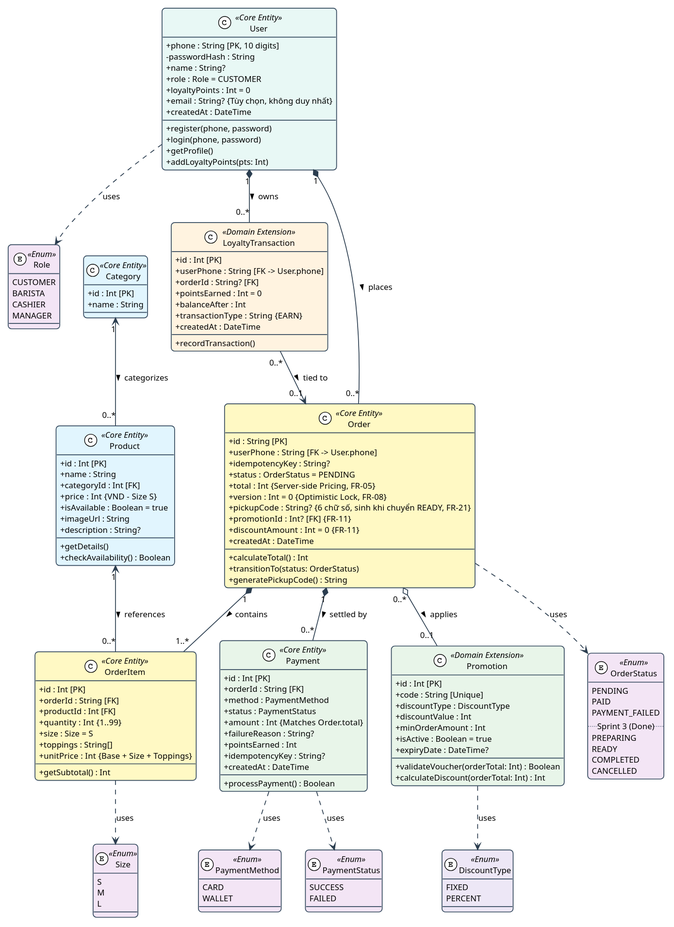
Before: docs/diagrams/class-domain.svg, a diagram exported from PlantUML (Longcodepro/Project_SE_Assignment02_HK1_2026_2027).
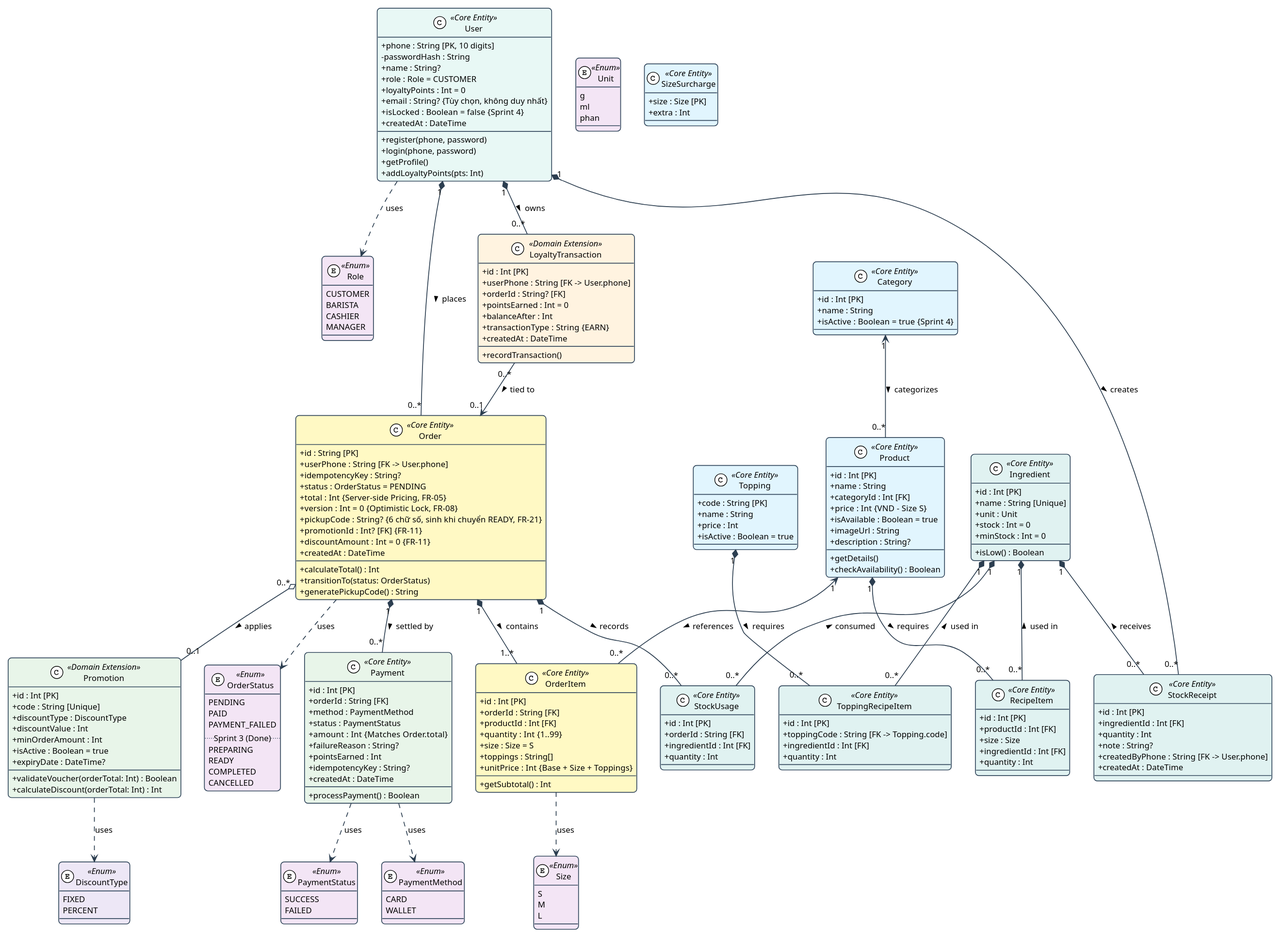
The same file after the commit.

Commit message:
docs(task-s4.12): hoàn tất tài liệu, sơ đồ miền và ghi chú phát hành Sprint 4

Change to the diagram source:
```diff
@@ -58,6 +58,7 @@
   + role : Role = CUSTOMER
   + loyaltyPoints : Int = 0
   + email : String? {Tùy chọn, không duy nhất}
+  + isLocked : Boolean = false  {Sprint 4}
   + createdAt : DateTime
   __
   + register(phone, password)
@@ -69,6 +70,7 @@
 class Category <<Core Entity>> #E1F5FE {
   + id : Int [PK]
   + name : String
+  + isActive : Boolean = true  {Sprint 4}
 }
 
 class Product <<Core Entity>> #E1F5FE {
@@ -152,8 +154,68 @@
   + recordTransaction()
 }
 
+enum Unit <<Enum>> #F3E5F5 {
+  g
+  ml
+  phan
+}
+
+class Ingredient <<Core Entity>> #E0F2F1 {
+  + id : Int [PK]
+  + name : String [Unique]
+  + unit : Unit
+  + stock : Int = 0
+  + minStock : Int = 0
+  __
+  + isLow() : Boolean
+}
+
+class StockReceipt <<Core Entity>> #E0F2F1 {
+  + id : Int [PK]
+  + ingredientId : Int [FK]
+  + quantity : Int
+  + note : String?
+  + createdByPhone : String [FK -> User.phone]
+  + createdAt : DateTime
+}
+
+class RecipeItem <<Core Entity>> #E0F2F1 {
+  + id : Int [PK]
+  + productId : Int [FK]
+  + size : Size
+  + ingredientId : Int [FK]
+  + quantity : Int
+}
+
+class Topping <<Core Entity>> #E1F5FE {
+  + code : String [PK]
+  + name : String
+  + price : Int
+  + isActive : Boolean = true
+}
+
+class SizeSurcharge <<Core Entity>> #E1F5FE {
+  + size : Size [PK]
+  + extra : Int
+}
+
+class ToppingRecipeItem <<Core Entity>> #E0F2F1 {
+  + id : Int [PK]
+  + toppingCode : String [FK -> Topping.code]
+  + ingredientId : Int [FK]
+  + quantity : Int
+}
+
+class StockUsage <<Core Entity>> #E0F2F1 {
+  + id : Int [PK]
+  + orderId : String [FK]
+  + ingredientId : Int [FK]
+  + quantity : Int
+}
+
 User "1" *-- "0..*" Order : "places >"
 User "1" *-- "0..*" LoyaltyTransaction : "owns >"
+User "1" *-- "0..*" StockReceipt : "creates >"
 
 Order "1" *-- "1..*" OrderItem : "contains >"
 Product "1" <-- "0..*" OrderItem : "references >"
@@ -161,8 +223,17 @@
 
 Order "1" *-- "0..*" Payment : "settled by >"
 Order "0..*" o-- "0..1" Promotion : "applies >"
+Order "1" *-- "0..*" StockUsage : "records >"
 
 LoyaltyTransaction "0..*" --> "0..1" Order : "tied to >"
+
+Ingredient "1" *-- "0..*" StockReceipt : "receives <"
+Ingredient "1" *-- "0..*" RecipeItem : "used in <"
+Ingredient "1" *-- "0..*" ToppingRecipeItem : "used in <"
+Ingredient "1" *-- "0..*" StockUsage : "consumed <"
+
+Product "1" *-- "0..*" RecipeItem : "requires >"
+Topping "1" *-- "0..*" ToppingRecipeItem : "requires >"
 
 User ..> Role : uses
 Order ..> OrderStatus : uses
```
